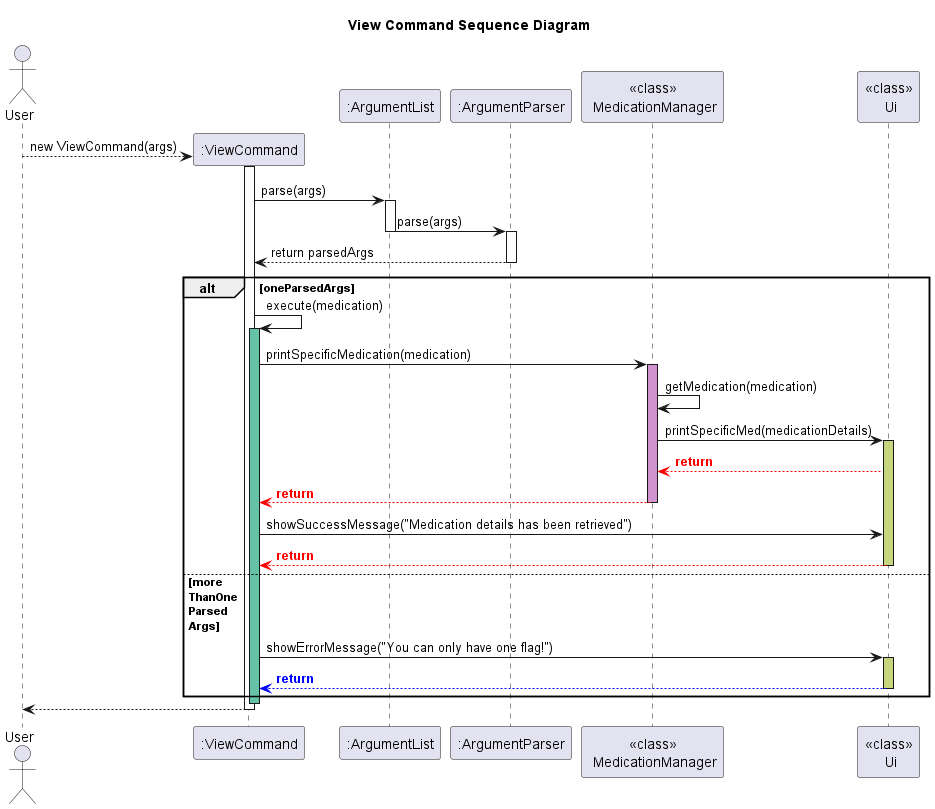
e0958902/tp keeps this PlantUML diagram as docs/images/ViewCommand.png. Above is the earlier version.
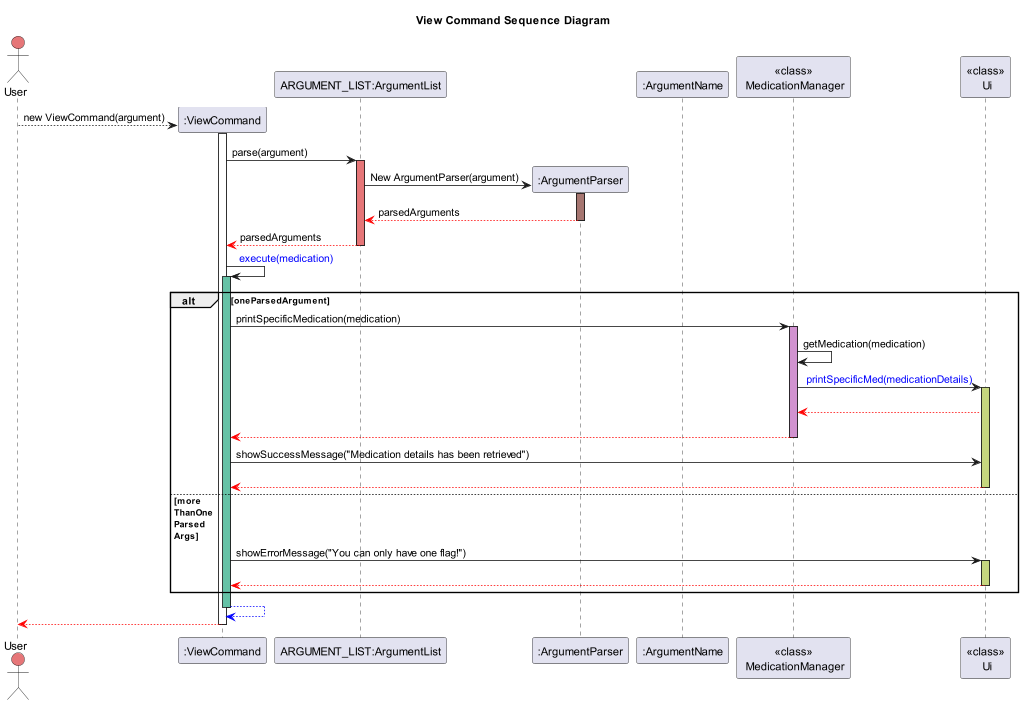
Above is the later version.

Commit message:
Update DG Sequence Diagram

What changed in the source:
```diff
@@ -1,52 +1,53 @@
 @startuml
 
-actor User
+actor User #e67678
 title View Command Sequence Diagram
 participant ":ViewCommand" as ViewCommand
-participant ":ArgumentList" as ArgumentList
+participant "ARGUMENT_LIST:ArgumentList" as ArgumentList
 participant ":ArgumentParser" as ArgumentParser
+participant ":ArgumentName" as ArgumentName
 participant "<<class>>\n MedicationManager" as MedicationManager
 participant "<<class>>\n Ui" as Ui
 
-User --> ViewCommand ** : new ViewCommand(args)
+User --> ViewCommand ** : new ViewCommand(argument)
 activate ViewCommand
-ViewCommand -> ArgumentList: parse(args)
-
-activate ArgumentList
-ArgumentList -> ArgumentParser: parse(args)
+ViewCommand -> ArgumentList: parse(argument)
+activate ArgumentList #e67678
+ArgumentList -> ArgumentParser ** : New ArgumentParser(argument)
+activate ArgumentParser #a67671
+ArgumentParser --[#red]> ArgumentList: parsedArguments
+deactivate ArgumentParser
+ArgumentList --[#red]> ViewCommand: parsedArguments
 deactivate ArgumentList
 
-activate ArgumentParser
-ArgumentParser --> ViewCommand: return parsedArgs
-deactivate ArgumentParser
+ViewCommand -> ViewCommand: <font color=blue> execute(medication)
+activate ViewCommand #65c2a6
 
-alt #transparent oneParsedArgs
-    ViewCommand -> ViewCommand: execute(medication)
-    activate ViewCommand #65c2a6
+    alt oneParsedArgument
+        ViewCommand -> MedicationManager: printSpecificMedication(medication)
+        activate MedicationManager #d192d0
+        MedicationManager -> MedicationManager: getMedication(medication)
 
-    ViewCommand -> MedicationManager: printSpecificMedication(medication)
-    activate MedicationManager #d192d0
-    MedicationManager -> MedicationManager: getMedication(medication)
+        MedicationManager -> Ui: <font color=blue> printSpecificMed(medicationDetails)
+        activate Ui #c6d67e
+        Ui --[#red]> MedicationManager: <font color=red>
+        MedicationManager --[#red]> ViewCommand: <font color=red>
+        deactivate MedicationManager
 
-    MedicationManager -> Ui: printSpecificMed(medicationDetails)
-    activate Ui #c6d67e
-    Ui --[#red]> MedicationManager: <font color=red><b>return
-    MedicationManager --[#red]> ViewCommand: <font color=red><b>return
-    deactivate MedicationManager
+        ViewCommand -> Ui: showSuccessMessage("Medication details has been retrieved")
+        Ui --[#red]> ViewCommand: <font color=red>
+        deactivate Ui
 
-    ViewCommand -> Ui: showSuccessMessage("Medication details has been retrieved")
-    Ui --[#red]> ViewCommand: <font color=red><b>return
-    deactivate Ui
+    else #transparent more\nThanOne\nParsed\nArgs
+        ViewCommand -> Ui: showErrorMessage("You can only have one flag!")
+        activate Ui #c6d67e
+        Ui --[#red]> ViewCommand: <font color=red>
+        deactivate Ui
+    end
 
-else #transparent more\nThanOne\nParsed\nArgs
-    ViewCommand -> Ui: showErrorMessage("You can only have one flag!")
-    activate Ui #c6d67e
-    Ui --[#blue]> ViewCommand: <font color=blue><b>return
-    deactivate Ui
-end
-
+ViewCommand --[#blue]> ViewCommand
 deactivate ViewCommand
-User <-- ViewCommand
+User <[#red]-- ViewCommand
 deactivate ViewCommand
 
 @enduml
```
